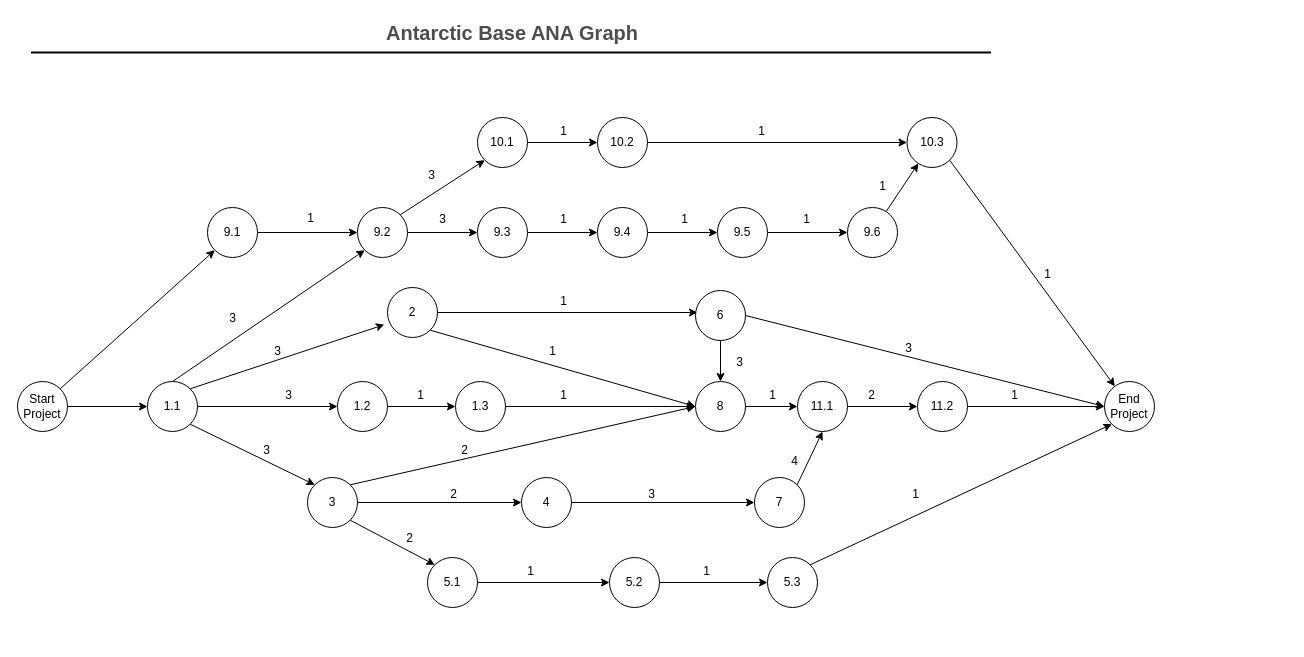
The draw.io diagram Untitled Diagram.drawio in Deltane/ISAD1000-Introduction-To-Software-Engineering, before the edit. Source tidied: cells renumbered, new cells numbered last; positions are measured from the earlier drawing's top-left corner, leaving out a move shared by most shapes. Both pictures are drawn from the tidied source at 100%, with x=0, y=0 at pixel (17, 17).
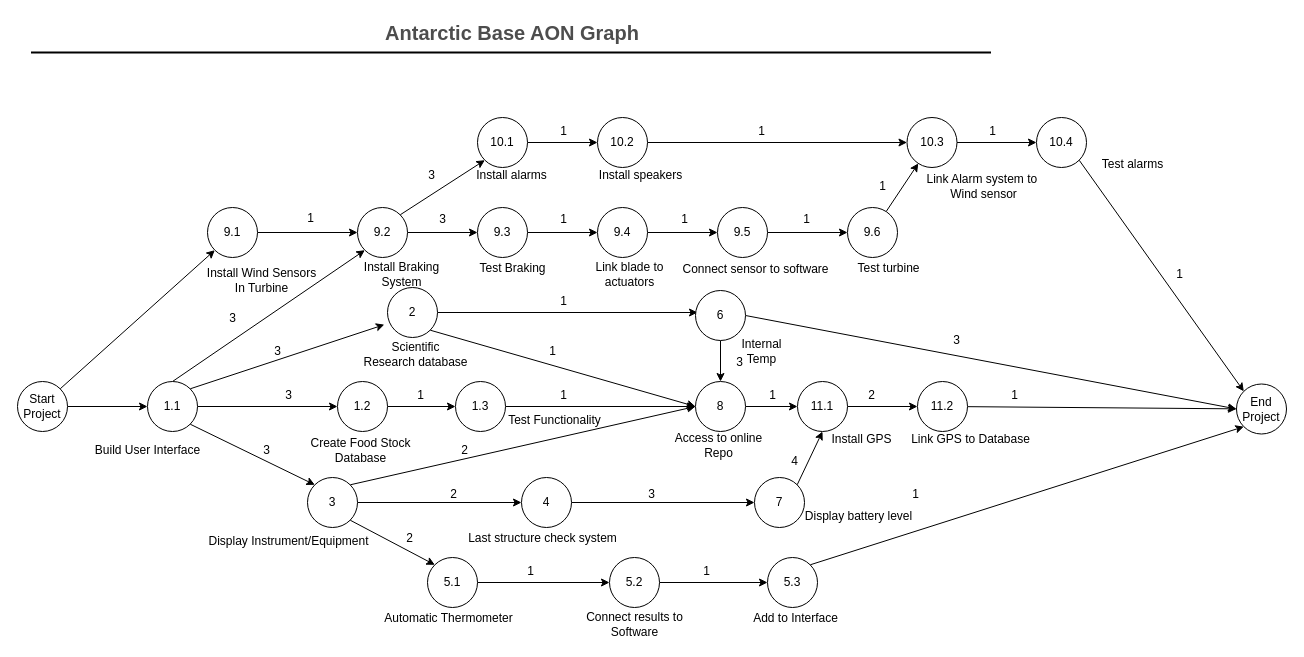
The same diagram, later.

Unchanged cells that the change refers to:
```xml
<mxCell id="56" value="10.3" style="ellipse;whiteSpace=wrap;html=1;" parent="1" vertex="1">
  <mxGeometry x="889.5" y="100" width="50" height="50" as="geometry" />
</mxCell>
```

Change to the diagram source:
```diff
@@
-    <mxCell id="2" value="Antarctic Base ANA Graph" style="text;html=1;strokeColor=none;fillColor=none;align=center;verticalAlign=middle;whiteSpace=wrap;rounded=0;fontStyle=1;fontSize=20;fontColor=#4D4D4D;" parent="1" vertex="1">
+    <mxCell id="2" value="Antarctic Base AON Graph" style="text;html=1;strokeColor=none;fillColor=none;align=center;verticalAlign=middle;whiteSpace=wrap;rounded=0;fontStyle=1;fontSize=20;fontColor=#4D4D4D;" parent="1" vertex="1">
       <mxGeometry x="99.5" width="790" height="30" as="geometry" />
     </mxCell>
@@
-    <mxCell id="55" style="edgeStyle=none;rounded=0;jettySize=auto;html=1;exitX=1;exitY=1;exitDx=0;exitDy=0;" parent="1" edge="1" source="56" target="57">
-      <mxGeometry relative="1" as="geometry" />
-    </mxCell>
+    <mxCell id="93" style="edgeStyle=none;rounded=0;jettySize=auto;html=1;" parent="1" edge="1" source="56" target="112">
+      <mxGeometry relative="1" as="geometry" />
+    </mxCell>
@@
     <mxCell id="57" value="End Project&lt;br&gt;" style="ellipse;whiteSpace=wrap;html=1;" parent="1" vertex="1">
-      <mxGeometry x="1087" y="364" width="50" height="50" as="geometry" />
+      <mxGeometry x="1219" y="366.5" width="50" height="50" as="geometry" />
     </mxCell>
@@
     <mxCell id="75" value="1" style="text;html=1;align=center;verticalAlign=middle;strokeColor=none;" parent="1" vertex="1">
-      <mxGeometry x="1019" y="246" width="22" height="22" as="geometry" />
+      <mxGeometry x="964" y="103" width="22" height="22" as="geometry" />
     </mxCell>
@@
     <mxCell id="83" value="3" style="text;html=1;align=center;verticalAlign=middle;strokeColor=none;" parent="1" vertex="1">
-      <mxGeometry x="880" y="320" width="22" height="22" as="geometry" />
+      <mxGeometry x="928" y="312" width="22" height="22" as="geometry" />
     </mxCell>
@@
+    <mxCell id="94" value="Build User Interface" style="text;html=1;align=center;verticalAlign=middle;strokeColor=none;" parent="1" vertex="1">
+      <mxGeometry x="69" y="422" width="121" height="22" as="geometry" />
+    </mxCell>
+    <mxCell id="95" value="Create Food Stock&lt;br&gt;Database" style="text;html=1;align=center;verticalAlign=middle;strokeColor=none;" parent="1" vertex="1">
+      <mxGeometry x="282" y="416.5" width="121" height="33" as="geometry" />
+    </mxCell>
+    <mxCell id="96" value="Display Instrument/Equipment" style="text;html=1;align=center;verticalAlign=middle;strokeColor=none;" parent="1" vertex="1">
+      <mxGeometry x="183" y="513" width="176" height="22" as="geometry" />
+    </mxCell>
+    <mxCell id="97" value="Last structure check system" style="text;html=1;align=center;verticalAlign=middle;strokeColor=none;" parent="1" vertex="1">
+      <mxGeometry x="442" y="510" width="165" height="22" as="geometry" />
+    </mxCell>
+    <mxCell id="98" value="Automatic Thermometer" style="text;html=1;align=center;verticalAlign=middle;strokeColor=none;" parent="1" vertex="1">
+      <mxGeometry x="359" y="590" width="143" height="22" as="geometry" />
+    </mxCell>
+    <mxCell id="99" value="Connect results to&lt;br&gt;Software" style="text;html=1;align=center;verticalAlign=middle;strokeColor=none;" parent="1" vertex="1">
+      <mxGeometry x="562" y="590" width="110" height="33" as="geometry" />
+    </mxCell>
+    <mxCell id="100" value="Add to Interface" style="text;html=1;align=center;verticalAlign=middle;strokeColor=none;" parent="1" vertex="1">
+      <mxGeometry x="728" y="590" width="99" height="22" as="geometry" />
+    </mxCell>
+    <mxCell id="101" value="Test Functionality" style="text;html=1;align=center;verticalAlign=middle;strokeColor=none;" parent="1" vertex="1">
+      <mxGeometry x="482" y="392" width="110" height="22" as="geometry" />
+    </mxCell>
+    <mxCell id="102" value="Install Wind Sensors&lt;br&gt;In Turbine" style="text;html=1;align=center;verticalAlign=middle;strokeColor=none;" parent="1" vertex="1">
+      <mxGeometry x="183" y="246" width="121" height="33" as="geometry" />
+    </mxCell>
+    <mxCell id="103" value="Install Braking&lt;br&gt;System" style="text;html=1;align=center;verticalAlign=middle;strokeColor=none;" parent="1" vertex="1">
+      <mxGeometry x="340" y="240.5" width="88" height="33" as="geometry" />
+    </mxCell>
+    <mxCell id="104" value="Test Braking" style="text;html=1;align=center;verticalAlign=middle;strokeColor=none;" parent="1" vertex="1">
+      <mxGeometry x="450.5" y="240" width="88" height="22" as="geometry" />
+    </mxCell>
+    <mxCell id="105" value="Link blade to&lt;br&gt;actuators" style="text;html=1;align=center;verticalAlign=middle;strokeColor=none;" parent="1" vertex="1">
+      <mxGeometry x="568" y="240" width="88" height="33" as="geometry" />
+    </mxCell>
+    <mxCell id="106" value="Connect sensor to software" style="text;html=1;align=center;verticalAlign=middle;strokeColor=none;" parent="1" vertex="1">
+      <mxGeometry x="655" y="240.5" width="165" height="22" as="geometry" />
+    </mxCell>
+    <mxCell id="107" value="Test turbine" style="text;html=1;align=center;verticalAlign=middle;strokeColor=none;" parent="1" vertex="1">
+      <mxGeometry x="832" y="240" width="77" height="22" as="geometry" />
+    </mxCell>
+    <mxCell id="108" value="Install alarms" style="text;html=1;align=center;verticalAlign=middle;strokeColor=none;" parent="1" vertex="1">
+      <mxGeometry x="449.5" y="147" width="88" height="22" as="geometry" />
+    </mxCell>
+    <mxCell id="109" value="Install speakers" style="text;html=1;align=center;verticalAlign=middle;strokeColor=none;" parent="1" vertex="1">
+      <mxGeometry x="573" y="147" width="99" height="22" as="geometry" />
+    </mxCell>
+    <mxCell id="110" value="Link Alarm system to&amp;nbsp;&lt;br&gt;Wind sensor" style="text;html=1;align=center;verticalAlign=middle;strokeColor=none;" parent="1" vertex="1">
+      <mxGeometry x="900" y="152.5" width="132" height="33" as="geometry" />
+    </mxCell>
+    <mxCell id="111" style="edgeStyle=none;rounded=0;jettySize=auto;html=1;exitX=1;exitY=1;exitDx=0;exitDy=0;entryX=0;entryY=0;entryDx=0;entryDy=0;" parent="1" edge="1" source="112" target="57">
+      <mxGeometry relative="1" as="geometry" />
+    </mxCell>
+    <mxCell id="112" value="10.4" style="ellipse;whiteSpace=wrap;html=1;" parent="1" vertex="1">
+      <mxGeometry x="1019" y="100" width="50" height="50" as="geometry" />
+    </mxCell>
+    <mxCell id="113" value="Test alarms" style="text;html=1;align=center;verticalAlign=middle;strokeColor=none;" parent="1" vertex="1">
+      <mxGeometry x="1076" y="136" width="77" height="22" as="geometry" />
+    </mxCell>
+    <mxCell id="114" value="1" style="text;html=1;align=center;verticalAlign=middle;strokeColor=none;" parent="1" vertex="1">
+      <mxGeometry x="1151" y="246" width="22" height="22" as="geometry" />
+    </mxCell>
+    <mxCell id="115" value="Access to online&lt;br&gt;Repo" style="text;html=1;align=center;verticalAlign=middle;strokeColor=none;" parent="1" vertex="1">
+      <mxGeometry x="651" y="411" width="99" height="33" as="geometry" />
+    </mxCell>
+    <mxCell id="116" value="Display battery level" style="text;html=1;align=center;verticalAlign=middle;strokeColor=none;" parent="1" vertex="1">
+      <mxGeometry x="780" y="488" width="121" height="22" as="geometry" />
+    </mxCell>
+    <mxCell id="117" value="Install GPS" style="text;html=1;align=center;verticalAlign=middle;strokeColor=none;" parent="1" vertex="1">
+      <mxGeometry x="805" y="411" width="77" height="22" as="geometry" />
+    </mxCell>
+    <mxCell id="118" value="Link GPS to Database" style="text;html=1;align=center;verticalAlign=middle;strokeColor=none;" parent="1" vertex="1">
+      <mxGeometry x="887" y="411" width="132" height="22" as="geometry" />
+    </mxCell>
+    <mxCell id="119" value="Internal&lt;br&gt;Temp" style="text;html=1;align=center;verticalAlign=middle;strokeColor=none;" parent="1" vertex="1">
+      <mxGeometry x="716.5" y="317.5" width="55" height="33" as="geometry" />
+    </mxCell>
+    <mxCell id="120" value="Scientific&lt;br&gt;Research database" style="text;html=1;align=center;verticalAlign=middle;strokeColor=none;" parent="1" vertex="1">
+      <mxGeometry x="337" y="320" width="121" height="33" as="geometry" />
+    </mxCell>
```
